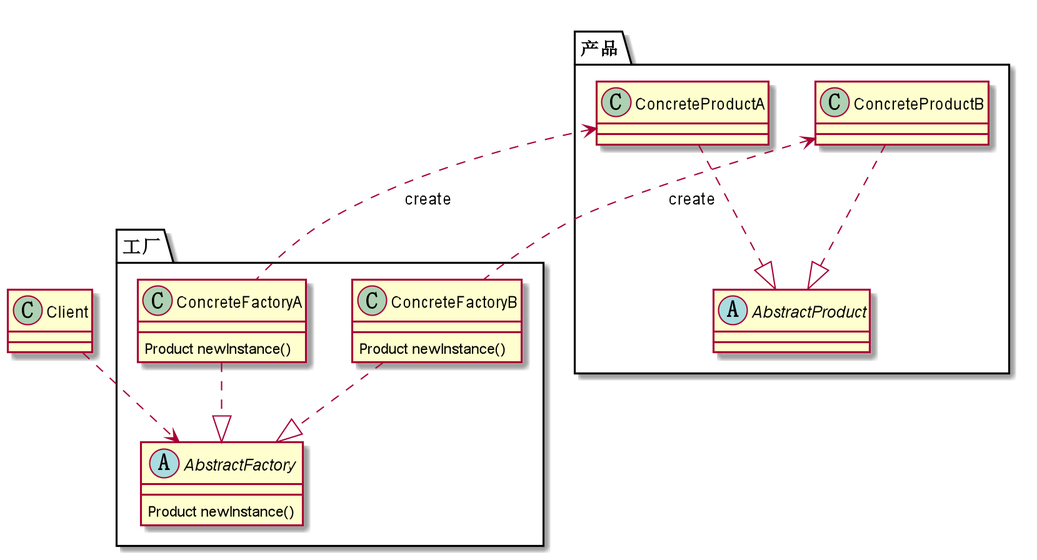
FameLsy/Images keeps this PlantUML diagram as design/工厂方法模式.png. Above is the earlier version.
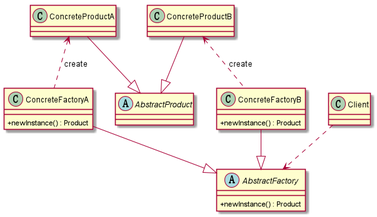
Above is the later version.

What changed in the source:
```diff
@@ -1,27 +1,27 @@
 @startuml
-package 产品 <<Folder>>{
+skinparam classAttributeIconSize 0
+  Abstract AbstractProduct
   Class ConcreteProductA
   Class ConcreteProductB
-  Abstract AbstractProduct
-}
 
-package 工厂 <<Folder>>{
+  Abstract  AbstractFactory{
+    +  newInstance() : Product
+  }
   Class ConcreteFactoryA{
-   Product newInstance()
+   +  newInstance() : Product
   }
   Class ConcreteFactoryB{
-  Product newInstance()
+  +  newInstance() : Product
   }
-  Abstract  AbstractFactory{
-    Product newInstance()
-  }
-}
 
-ConcreteProductA..|>AbstractProduct
-ConcreteProductB..|>AbstractProduct
 
-ConcreteFactoryA..|>AbstractFactory
-ConcreteFactoryB..|>AbstractFactory
+
+
+ConcreteProductA--|>AbstractProduct
+ConcreteProductB--|>AbstractProduct
+
+ConcreteFactoryA--|>AbstractFactory
+ConcreteFactoryB--|>AbstractFactory
 
 ConcreteProductA<..ConcreteFactoryA: create
 ConcreteProductB<..ConcreteFactoryB: create
```
